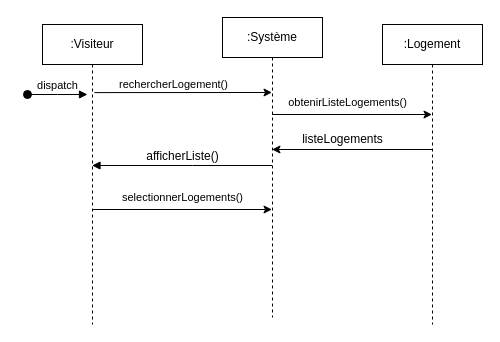
LATIF-SB/moocsi keeps this draw.io diagram as Diagramme sans nom.drawio. Above is the earlier version. Source tidied: cells renumbered, new cells numbered last; positions are measured from the earlier drawing's top-left corner, leaving out a move shared by most shapes. Both pictures are drawn from the tidied source at 100%, with x=0, y=0 at pixel (27, 17).
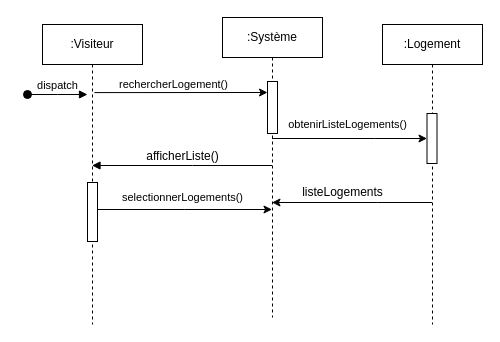
After the change.

Commit message:
Mettre à jour Diagramme sc1.3

Unchanged cells that the change refers to:
```xml
<mxCell id="3" value=":Visiteur" style="shape=umlLifeline;perimeter=lifelinePerimeter;whiteSpace=wrap;html=1;outlineConnect=0;portConstraint=eastwest;newEdgeStyle={&quot;edgeStyle&quot;:&quot;elbowEdgeStyle&quot;,&quot;elbow&quot;:&quot;vertical&quot;,&quot;curved&quot;:0,&quot;rounded&quot;:0};" parent="1" vertex="1">
  <mxGeometry x="15" y="7" width="100" height="300" as="geometry" />
</mxCell>
<mxCell id="5" value=":Système" style="shape=umlLifeline;perimeter=lifelinePerimeter;whiteSpace=wrap;html=1;outlineConnect=0;portConstraint=eastwest;newEdgeStyle={&quot;edgeStyle&quot;:&quot;elbowEdgeStyle&quot;,&quot;elbow&quot;:&quot;vertical&quot;,&quot;curved&quot;:0,&quot;rounded&quot;:0};" parent="1" vertex="1">
  <mxGeometry x="195" width="100" height="300" as="geometry" />
</mxCell>
<mxCell id="7" value=":Logement" style="shape=umlLifeline;perimeter=lifelinePerimeter;whiteSpace=wrap;html=1;newEdgeStyle={&quot;edgeStyle&quot;:&quot;elbowEdgeStyle&quot;,&quot;elbow&quot;:&quot;vertical&quot;,&quot;curved&quot;:0,&quot;rounded&quot;:0};" parent="1" vertex="1">
  <mxGeometry x="355" y="7" width="100" height="300" as="geometry" />
</mxCell>
```

The edit, as a diff of the source:
```diff
@@
-    <mxCell id="2" style="edgeStyle=elbowEdgeStyle;rounded=0;orthogonalLoop=1;jettySize=auto;html=1;elbow=vertical;curved=0;" parent="1" edge="1">
+    <mxCell id="2" style="edgeStyle=elbowEdgeStyle;rounded=0;jettySize=auto;html=1;elbow=vertical;curved=0;" parent="1" edge="1" source="16">
       <mxGeometry relative="1" as="geometry">
-        <mxPoint x="64.5" y="192" as="sourcePoint" />
         <mxPoint x="244.5" y="192" as="targetPoint" />
       </mxGeometry>
     </mxCell>
@@
+    <mxCell id="16" style="html=1;points=[[0,0,0,0,5],[0,1,0,0,-5],[1,0,0,0,5],[1,1,0,0,-5]];perimeter=orthogonalPerimeter;outlineConnect=0;targetShapes=umlLifeline;portConstraint=eastwest;newEdgeStyle={&quot;curved&quot;:0,&quot;rounded&quot;:0};" parent="3" vertex="1">
+      <mxGeometry x="45" y="158" width="10" height="59" as="geometry" />
+    </mxCell>
@@
+    <mxCell id="17" style="html=1;points=[[0,0,0,0,5],[0,1,0,0,-5],[1,0,0,0,5],[1,1,0,0,-5]];perimeter=orthogonalPerimeter;outlineConnect=0;targetShapes=umlLifeline;portConstraint=eastwest;newEdgeStyle={&quot;curved&quot;:0,&quot;rounded&quot;:0};" parent="5" vertex="1">
+      <mxGeometry x="45" y="64" width="10" height="52" as="geometry" />
+    </mxCell>
@@
+    <mxCell id="18" style="html=1;points=[[0,0,0,0,5],[0,1,0,0,-5],[1,0,0,0,5],[1,1,0,0,-5]];perimeter=orthogonalPerimeter;outlineConnect=0;targetShapes=umlLifeline;portConstraint=eastwest;newEdgeStyle={&quot;curved&quot;:0,&quot;rounded&quot;:0};" parent="7" vertex="1">
+      <mxGeometry x="44.5" y="89" width="10" height="50" as="geometry" />
+    </mxCell>
-    <mxCell id="8" style="edgeStyle=elbowEdgeStyle;rounded=0;orthogonalLoop=1;jettySize=auto;html=1;elbow=vertical;curved=0;" parent="1" edge="1">
-      <mxGeometry relative="1" as="geometry">
-        <mxPoint x="244.5" y="97" as="sourcePoint" />
-        <mxPoint x="404.5" y="97" as="targetPoint" />
-      </mxGeometry>
+    <mxCell id="8" style="edgeStyle=elbowEdgeStyle;rounded=0;jettySize=auto;html=1;elbow=vertical;curved=0;" parent="1" edge="1" source="5" target="18">
+      <mxGeometry relative="1" as="geometry" />
     </mxCell>
-    <mxCell id="9" style="edgeStyle=elbowEdgeStyle;rounded=0;orthogonalLoop=1;jettySize=auto;html=1;elbow=vertical;curved=0;" parent="1" edge="1">
+    <mxCell id="9" style="edgeStyle=elbowEdgeStyle;rounded=0;jettySize=auto;html=1;elbow=vertical;curved=0;" parent="1" edge="1" target="5">
       <mxGeometry relative="1" as="geometry">
-        <mxPoint x="404.5" y="132" as="sourcePoint" />
-        <mxPoint x="244.5" y="132" as="targetPoint" />
+        <mxPoint x="404.5" y="185" as="sourcePoint" />
       </mxGeometry>
     </mxCell>
     <mxCell id="10" value="listeLogements" style="text;html=1;align=center;verticalAlign=middle;strokeColor=none;fillColor=none;" parent="1" vertex="1">
-      <mxGeometry x="265" y="107" width="100" height="30" as="geometry" />
+      <mxGeometry x="265" y="160" width="100" height="30" as="geometry" />
     </mxCell>
@@
-    <mxCell id="12" style="edgeStyle=elbowEdgeStyle;rounded=0;jettySize=auto;html=1;elbow=vertical;curved=0;exitX=0.519;exitY=0.257;exitDx=0;exitDy=0;exitPerimeter=0;" parent="1" edge="1" target="5">
+    <mxCell id="12" style="edgeStyle=elbowEdgeStyle;rounded=0;jettySize=auto;html=1;elbow=vertical;curved=0;exitX=0.519;exitY=0.257;exitDx=0;exitDy=0;exitPerimeter=0;" parent="1" edge="1" target="17">
       <mxGeometry relative="1" as="geometry">
         <mxPoint x="66.9" y="75.1" as="sourcePoint" />
       </mxGeometry>
     </mxCell>
     <mxCell id="13" value="&lt;span style=&quot;font-size: 11px; background-color: rgb(255, 255, 255);&quot;&gt;obtenirListeLogements()&lt;/span&gt;" style="text;html=1;align=center;verticalAlign=middle;strokeColor=none;fillColor=none;" parent="1" vertex="1">
-      <mxGeometry x="250" y="70" width="140" height="30" as="geometry" />
+      <mxGeometry x="250" y="92" width="140" height="30" as="geometry" />
     </mxCell>
```
